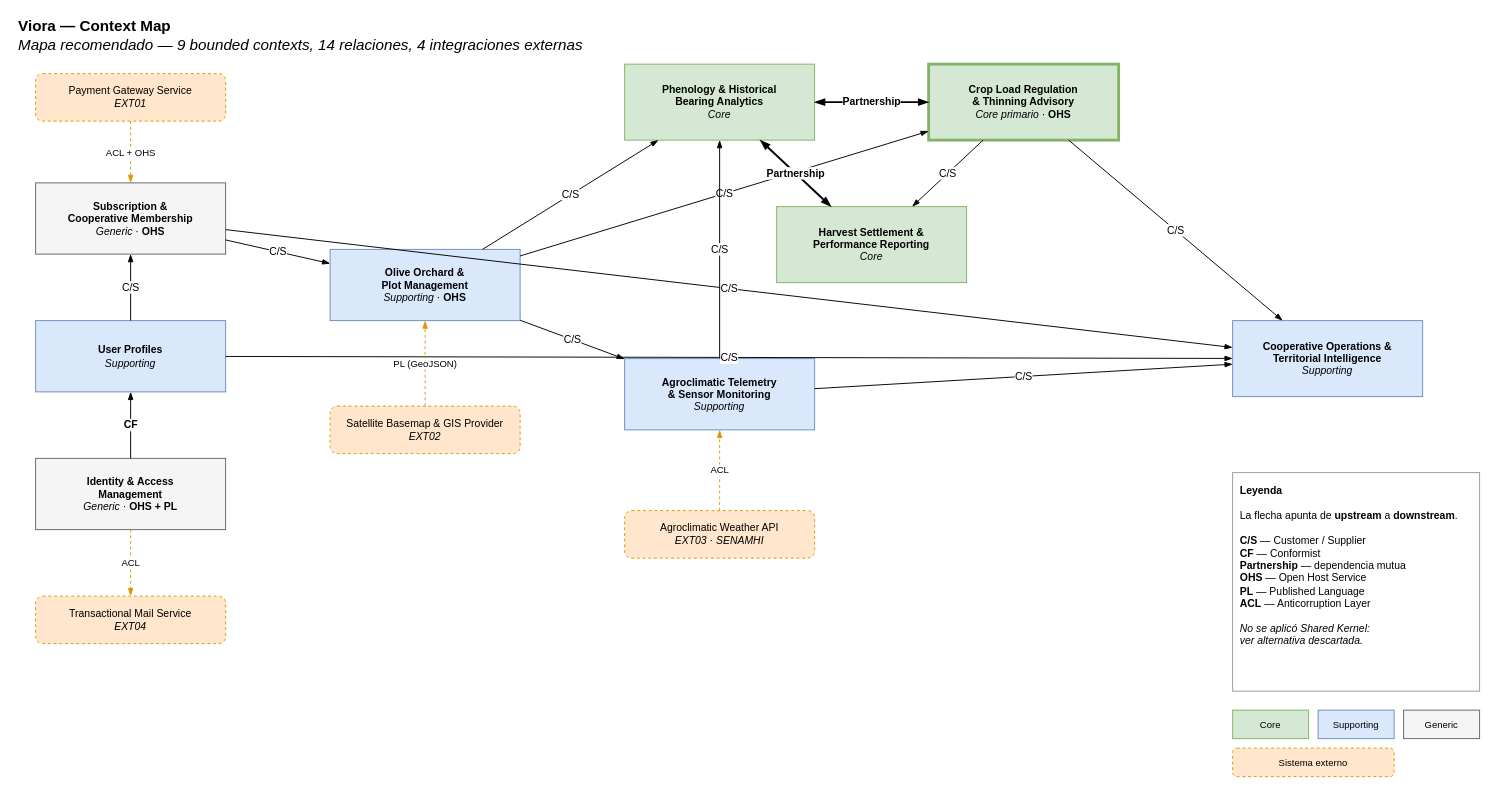
upc-pre-1acc0238-2620-4951-arcadiadevs/viora-report keeps this draw.io diagram as docs/context-map/01-context-map-elegido.drawio. Above is the earlier version. Source tidied: cells renumbered, new cells numbered last; positions are measured from the earlier drawing's top-left corner, leaving out a move shared by most shapes. Both pictures are drawn from the tidied source at 95%, with x=0, y=0 at pixel (16, 16).
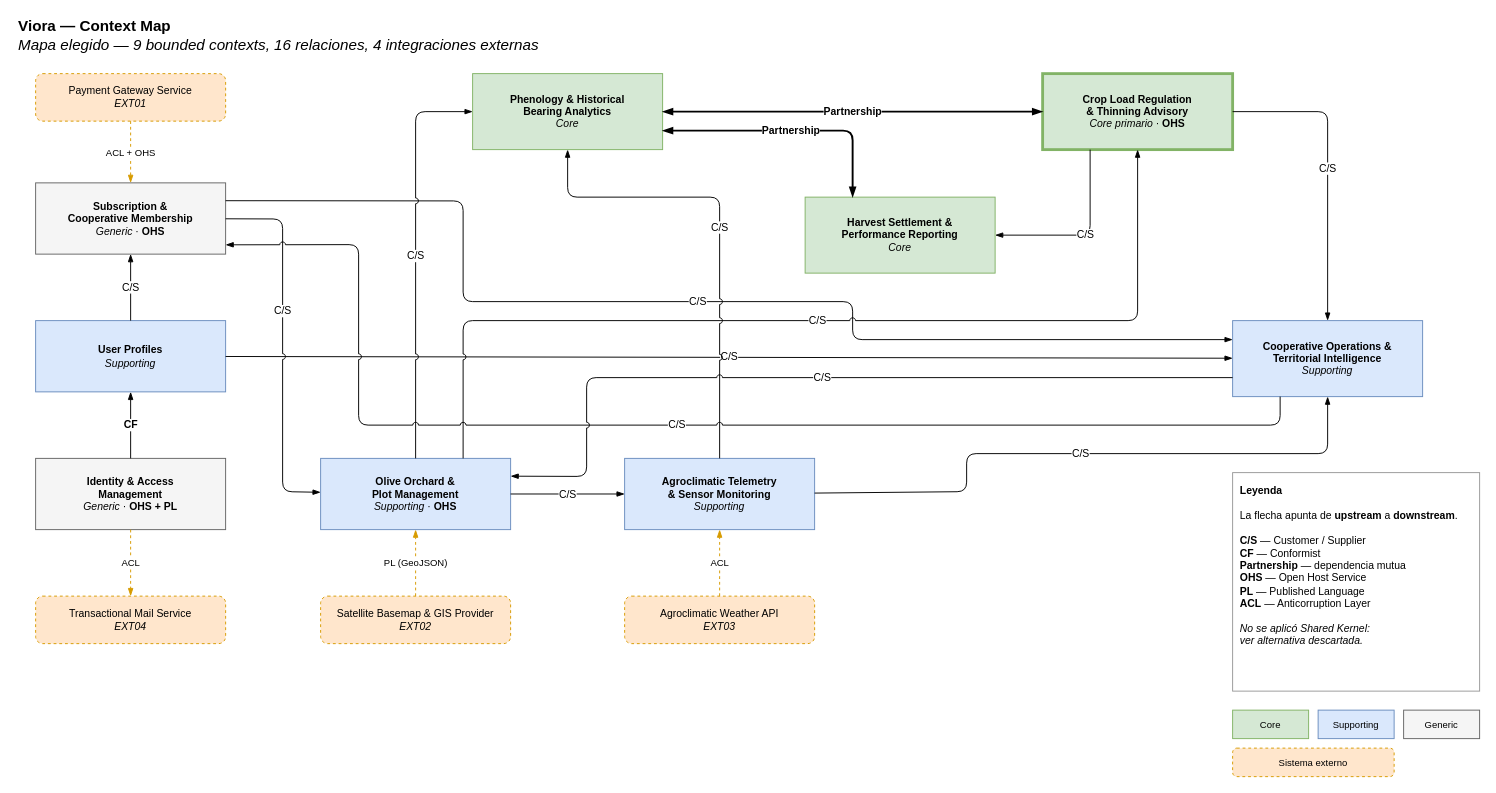
Above is the later version.

Commit message:
docs(context-map): resave the diagram with the current map state

Unchanged cells that the change refers to:
```xml
<mxCell id="4" value="&lt;b&gt;Subscription &amp;amp;&lt;br&gt;Cooperative Membership&lt;/b&gt;&lt;br&gt;&lt;i&gt;Generic&lt;/i&gt; · &lt;b&gt;OHS&lt;/b&gt;" style="rounded=0;whiteSpace=wrap;html=1;fillColor=#f5f5f5;strokeColor=#666666;fontSize=11;" parent="1" vertex="1">
  <mxGeometry x="20" y="175" width="200" height="75" as="geometry" />
</mxCell>
<mxCell id="5" value="&lt;b&gt;User Profiles&lt;/b&gt;&lt;br&gt;&lt;i&gt;Supporting&lt;/i&gt;" style="rounded=0;whiteSpace=wrap;html=1;fillColor=#dae8fc;strokeColor=#6c8ebf;fontSize=11;" parent="1" vertex="1">
  <mxGeometry x="20" y="320" width="200" height="75" as="geometry" />
</mxCell>
<mxCell id="15" value="&lt;b&gt;Cooperative Operations &amp;amp;&lt;br&gt;Territorial Intelligence&lt;/b&gt;&lt;br&gt;&lt;i&gt;Supporting&lt;/i&gt;" style="rounded=0;whiteSpace=wrap;html=1;fillColor=#dae8fc;strokeColor=#6c8ebf;fontSize=11;" parent="1" vertex="1">
  <mxGeometry x="1280" y="320" width="200" height="80" as="geometry" />
</mxCell>
```

The edit, as a diff of the source:
```diff
@@
-    <mxCell id="2" value="&lt;b&gt;Viora — Context Map&lt;/b&gt;&lt;br&gt;&lt;i&gt;Mapa recomendado — 9 bounded contexts, 14 relaciones, 4 integraciones externas&lt;/i&gt;" style="text;html=1;align=left;verticalAlign=middle;fontSize=16;" parent="1" vertex="1">
+    <mxCell id="2" value="&lt;b&gt;Viora — Context Map&lt;/b&gt;&lt;br&gt;&lt;i&gt;Mapa elegido — 9 bounded contexts, 16 relaciones, 4 integraciones externas&lt;/i&gt;" style="text;html=1;align=left;verticalAlign=middle;fontSize=16;" parent="1" vertex="1">
       <mxGeometry width="700" height="40" as="geometry" />
     </mxCell>
@@
     <mxCell id="8" value="&lt;b&gt;Olive Orchard &amp;amp;&lt;br&gt;Plot Management&lt;/b&gt;&lt;br&gt;&lt;i&gt;Supporting&lt;/i&gt; · &lt;b&gt;OHS&lt;/b&gt;" style="rounded=0;whiteSpace=wrap;html=1;fillColor=#dae8fc;strokeColor=#6c8ebf;fontSize=11;" parent="1" vertex="1">
-      <mxGeometry x="330" y="245" width="200" height="75" as="geometry" />
+      <mxGeometry x="320" y="465" width="200" height="75" as="geometry" />
     </mxCell>
     <mxCell id="9" value="Satellite Basemap &amp;amp; GIS Provider&lt;br&gt;&lt;i&gt;EXT02&lt;/i&gt;" style="rounded=1;whiteSpace=wrap;html=1;dashed=1;fillColor=#ffe6cc;strokeColor=#d79b00;fontSize=11;" parent="1" vertex="1">
-      <mxGeometry x="330" y="410" width="200" height="50" as="geometry" />
+      <mxGeometry x="320" y="610" width="200" height="50" as="geometry" />
     </mxCell>
     <mxCell id="10" value="&lt;b&gt;Phenology &amp;amp; Historical&lt;br&gt;Bearing Analytics&lt;/b&gt;&lt;br&gt;&lt;i&gt;Core&lt;/i&gt;" style="rounded=0;whiteSpace=wrap;html=1;fillColor=#d5e8d4;strokeColor=#82b366;fontSize=11;" parent="1" vertex="1">
-      <mxGeometry x="640" y="50" width="200" height="80" as="geometry" />
+      <mxGeometry x="480" y="60" width="200" height="80" as="geometry" />
     </mxCell>
     <mxCell id="11" value="&lt;b&gt;Crop Load Regulation&lt;br&gt;&amp;amp; Thinning Advisory&lt;/b&gt;&lt;br&gt;&lt;i&gt;Core primario&lt;/i&gt; · &lt;b&gt;OHS&lt;/b&gt;" style="rounded=0;whiteSpace=wrap;html=1;fillColor=#d5e8d4;strokeColor=#82b366;strokeWidth=3;fontSize=11;" parent="1" vertex="1">
-      <mxGeometry x="960" y="50" width="200" height="80" as="geometry" />
+      <mxGeometry x="1080" y="60" width="200" height="80" as="geometry" />
     </mxCell>
     <mxCell id="12" value="&lt;b&gt;Harvest Settlement &amp;amp;&lt;br&gt;Performance Reporting&lt;/b&gt;&lt;br&gt;&lt;i&gt;Core&lt;/i&gt;" style="rounded=0;whiteSpace=wrap;html=1;fillColor=#d5e8d4;strokeColor=#82b366;fontSize=11;" parent="1" vertex="1">
-      <mxGeometry x="800" y="200" width="200" height="80" as="geometry" />
+      <mxGeometry x="830" y="190" width="200" height="80" as="geometry" />
     </mxCell>
     <mxCell id="13" value="&lt;b&gt;Agroclimatic Telemetry&lt;br&gt;&amp;amp; Sensor Monitoring&lt;/b&gt;&lt;br&gt;&lt;i&gt;Supporting&lt;/i&gt;" style="rounded=0;whiteSpace=wrap;html=1;fillColor=#dae8fc;strokeColor=#6c8ebf;fontSize=11;" parent="1" vertex="1">
-      <mxGeometry x="640" y="360" width="200" height="75" as="geometry" />
+      <mxGeometry x="640" y="465" width="200" height="75" as="geometry" />
     </mxCell>
-    <mxCell id="14" value="Agroclimatic Weather API&lt;br&gt;&lt;i&gt;EXT03 · SENAMHI&lt;/i&gt;" style="rounded=1;whiteSpace=wrap;html=1;dashed=1;fillColor=#ffe6cc;strokeColor=#d79b00;fontSize=11;" parent="1" vertex="1">
-      <mxGeometry x="640" y="520" width="200" height="50" as="geometry" />
+    <mxCell id="14" value="Agroclimatic Weather API&lt;br&gt;&lt;i&gt;EXT03&lt;/i&gt;" style="rounded=1;whiteSpace=wrap;html=1;dashed=1;fillColor=#ffe6cc;strokeColor=#d79b00;fontSize=11;" parent="1" vertex="1">
+      <mxGeometry x="640" y="610" width="200" height="50" as="geometry" />
     </mxCell>
@@
-    <mxCell id="18" value="C/S" style="endArrow=blockThin;html=1;fontSize=11;endFill=1;" parent="1" edge="1" source="5" target="15">
-      <mxGeometry relative="1" as="geometry" />
+    <mxCell id="18" value="C/S" style="endArrow=blockThin;html=1;fontSize=11;endFill=1;jumpStyle=arc;" parent="1" edge="1" source="5" target="15">
+      <mxGeometry relative="1" as="geometry">
+        <Array as="points">
+          <mxPoint x="320" y="358" />
+          <mxPoint x="510" y="358" />
+          <mxPoint x="880" y="358" />
+        </Array>
+      </mxGeometry>
     </mxCell>
-    <mxCell id="19" value="C/S" style="endArrow=blockThin;html=1;fontSize=11;endFill=1;" parent="1" edge="1" source="4" target="8">
-      <mxGeometry relative="1" as="geometry" />
+    <mxCell id="19" value="C/S" style="endArrow=blockThin;html=1;fontSize=11;endFill=1;jumpStyle=arc;" parent="1" edge="1" source="4" target="8">
+      <mxGeometry x="-0.19" relative="1" as="geometry">
+        <Array as="points">
+          <mxPoint x="280" y="213" />
+          <mxPoint x="280" y="500" />
+        </Array>
+      </mxGeometry>
     </mxCell>
-    <mxCell id="20" value="C/S" style="endArrow=blockThin;html=1;fontSize=11;endFill=1;" parent="1" edge="1" source="4" target="15">
-      <mxGeometry relative="1" as="geometry" />
+    <mxCell id="20" value="C/S" style="endArrow=blockThin;html=1;fontSize=11;endFill=1;exitX=1;exitY=0.25;exitDx=0;exitDy=0;entryX=0;entryY=0.25;entryDx=0;entryDy=0;jumpStyle=arc;" parent="1" edge="1" source="4" target="15">
+      <mxGeometry relative="1" as="geometry">
+        <Array as="points">
+          <mxPoint x="280" y="194" />
+          <mxPoint x="470" y="194" />
+          <mxPoint x="470" y="300" />
+          <mxPoint x="880" y="300" />
+          <mxPoint x="880" y="340" />
+        </Array>
+      </mxGeometry>
     </mxCell>
@@
-    <mxCell id="22" value="C/S" style="endArrow=blockThin;html=1;fontSize=11;endFill=1;" parent="1" edge="1" source="8" target="10">
-      <mxGeometry relative="1" as="geometry" />
+    <mxCell id="22" value="C/S" style="endArrow=blockThin;html=1;fontSize=11;endFill=1;jumpStyle=arc;" parent="1" edge="1" source="8" target="10">
+      <mxGeometry relative="1" as="geometry">
+        <Array as="points">
+          <mxPoint x="420" y="100" />
+        </Array>
+      </mxGeometry>
     </mxCell>
-    <mxCell id="23" value="C/S" style="endArrow=blockThin;html=1;fontSize=11;endFill=1;" parent="1" edge="1" source="8" target="11">
-      <mxGeometry relative="1" as="geometry" />
+    <mxCell id="23" value="C/S" style="endArrow=blockThin;html=1;fontSize=11;endFill=1;exitX=0.75;exitY=0;exitDx=0;exitDy=0;jumpStyle=arc;" parent="1" edge="1" source="8" target="11">
+      <mxGeometry relative="1" as="geometry">
+        <Array as="points">
+          <mxPoint x="470" y="320" />
+          <mxPoint x="1180" y="320" />
+        </Array>
+      </mxGeometry>
     </mxCell>
@@
-    <mxCell id="25" value="Partnership" style="endArrow=blockThin;startArrow=blockThin;html=1;fontSize=11;fontStyle=1;endFill=1;startFill=1;strokeWidth=2;" parent="1" edge="1" source="10" target="12">
-      <mxGeometry relative="1" as="geometry" />
+    <mxCell id="25" value="Partnership" style="endArrow=blockThin;startArrow=blockThin;html=1;fontSize=11;fontStyle=1;endFill=1;startFill=1;strokeWidth=2;exitX=1;exitY=0.75;exitDx=0;exitDy=0;entryX=0.25;entryY=0;entryDx=0;entryDy=0;" parent="1" edge="1" source="10" target="12">
+      <mxGeometry relative="1" as="geometry">
+        <Array as="points">
+          <mxPoint x="880" y="120" />
+        </Array>
+      </mxGeometry>
     </mxCell>
-    <mxCell id="26" value="C/S" style="endArrow=blockThin;html=1;fontSize=11;endFill=1;" parent="1" edge="1" source="11" target="12">
-      <mxGeometry relative="1" as="geometry" />
+    <mxCell id="26" value="C/S" style="endArrow=blockThin;html=1;fontSize=11;endFill=1;exitX=0.25;exitY=1;exitDx=0;exitDy=0;" parent="1" edge="1" source="11" target="12">
+      <mxGeometry relative="1" as="geometry">
+        <Array as="points">
+          <mxPoint x="1130" y="230" />
+        </Array>
+      </mxGeometry>
     </mxCell>
     <mxCell id="27" value="C/S" style="endArrow=blockThin;html=1;fontSize=11;endFill=1;" parent="1" edge="1" source="11" target="15">
-      <mxGeometry relative="1" as="geometry" />
+      <mxGeometry relative="1" as="geometry">
+        <Array as="points">
+          <mxPoint x="1380" y="100" />
+        </Array>
+      </mxGeometry>
     </mxCell>
     <mxCell id="28" value="C/S" style="endArrow=blockThin;html=1;fontSize=11;endFill=1;" parent="1" edge="1" source="13" target="15">
-      <mxGeometry relative="1" as="geometry" />
+      <mxGeometry relative="1" as="geometry">
+        <Array as="points">
+          <mxPoint x="1000" y="500" />
+          <mxPoint x="1000" y="460" />
+          <mxPoint x="1380" y="460" />
+        </Array>
+      </mxGeometry>
     </mxCell>
-    <mxCell id="29" value="C/S" style="endArrow=blockThin;html=1;fontSize=11;endFill=1;" parent="1" edge="1" source="13" target="10">
-      <mxGeometry relative="1" as="geometry" />
+    <mxCell id="29" value="C/S" style="endArrow=blockThin;html=1;fontSize=11;endFill=1;jumpStyle=arc;" parent="1" edge="1" source="13" target="10">
+      <mxGeometry relative="1" as="geometry">
+        <Array as="points">
+          <mxPoint x="740" y="190" />
+          <mxPoint x="580" y="190" />
+        </Array>
+      </mxGeometry>
     </mxCell>
+    <mxCell id="39" value="C/S" style="endArrow=blockThin;html=1;fontSize=11;endFill=1;entryX=1;entryY=0.75;entryDx=0;entryDy=0;exitX=0.25;exitY=1;exitDx=0;exitDy=0;jumpStyle=arc;" parent="1" edge="1" source="15">
+      <mxGeometry relative="1" as="geometry">
+        <mxPoint x="220" y="240.2" as="targetPoint" />
+        <Array as="points">
+          <mxPoint x="1330" y="430" />
+          <mxPoint x="960" y="430" />
+          <mxPoint x="360" y="430" />
+          <mxPoint x="360" y="240" />
+        </Array>
+      </mxGeometry>
+    </mxCell>
+    <mxCell id="40" value="C/S" style="endArrow=blockThin;html=1;fontSize=11;endFill=1;entryX=1;entryY=0.25;entryDx=0;entryDy=0;exitX=0;exitY=0.75;exitDx=0;exitDy=0;jumpStyle=arc;" parent="1" edge="1" source="15" target="8">
+      <mxGeometry relative="1" as="geometry">
+        <Array as="points">
+          <mxPoint x="600" y="380" />
+          <mxPoint x="600" y="484" />
+        </Array>
+      </mxGeometry>
+    </mxCell>
```
